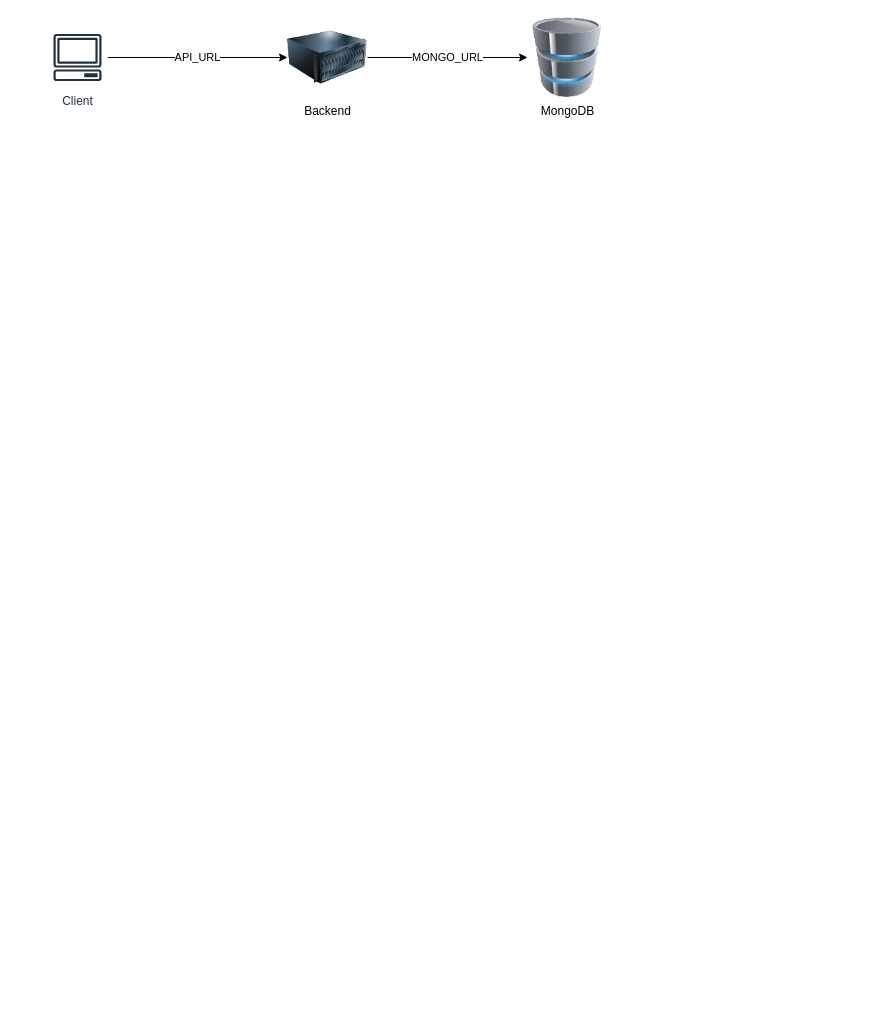
Above: Untitled Diagram.drawio in element364/draw.io (draw.io), before the change. Source tidied: cells renumbered, new cells numbered last; positions are measured from the earlier drawing's top-left corner, leaving out a move shared by most shapes. Both pictures are drawn from the tidied source at 100%, with x=0, y=0 at pixel (47, 17).
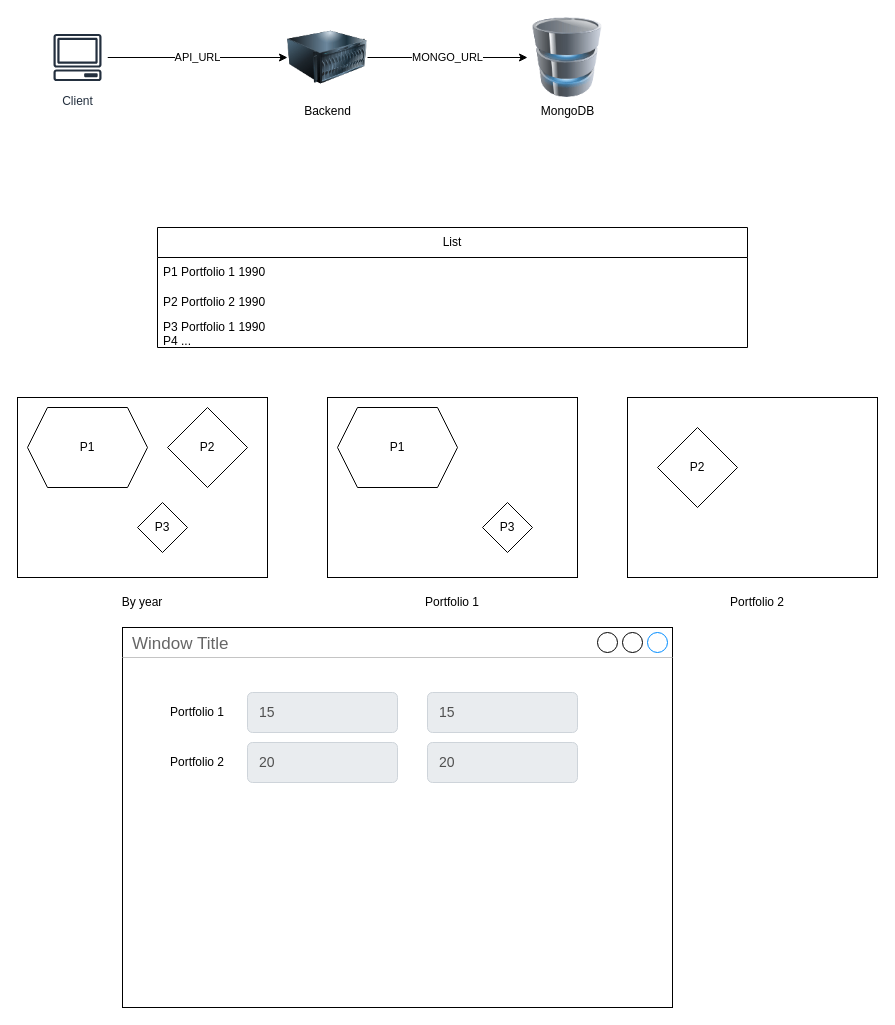
The same page after the edit.

What changed in the source:
```diff
@@
+    <mxCell id="7" value="Window Title" style="strokeWidth=1;shadow=0;dashed=0;align=center;html=1;shape=mxgraph.mockup.containers.window;align=left;verticalAlign=top;spacingLeft=8;strokeColor2=#008cff;strokeColor3=#c4c4c4;fontColor=#666666;mainText=;fontSize=17;labelBackgroundColor=none;whiteSpace=wrap;" parent="1" vertex="1">
+      <mxGeometry x="75" y="610" width="550" height="380" as="geometry" />
+    </mxCell>
+    <mxCell id="8" style="rounded=0;whiteSpace=wrap;html=1;" parent="1" vertex="1">
+      <mxGeometry x="-30" y="380" width="250" height="180" as="geometry" />
+    </mxCell>
@@
+    <mxCell id="9" value="List" style="swimlane;fontStyle=0;horizontal=1;startSize=30;whiteSpace=wrap;html=1;" parent="1" vertex="1">
+      <mxGeometry x="110" y="210" width="590" height="120" as="geometry" />
+    </mxCell>
+    <mxCell id="10" value="P1 Portfolio 1 1990" style="text;strokeColor=none;fillColor=none;align=left;verticalAlign=middle;spacingLeft=4;spacingRight=4;overflow=hidden;whiteSpace=wrap;html=1;" parent="9" vertex="1">
+      <mxGeometry y="30" width="590" height="30" as="geometry" />
+    </mxCell>
+    <mxCell id="11" value="P2 Portfolio 2 1990" style="text;strokeColor=none;fillColor=none;align=left;verticalAlign=middle;spacingLeft=4;spacingRight=4;overflow=hidden;whiteSpace=wrap;html=1;" parent="9" vertex="1">
+      <mxGeometry y="60" width="590" height="30" as="geometry" />
+    </mxCell>
+    <mxCell id="12" value="P3 Portfolio 1 1990&lt;br&gt;P4 ..." style="text;strokeColor=none;fillColor=none;align=left;verticalAlign=middle;spacingLeft=4;spacingRight=4;overflow=hidden;whiteSpace=wrap;html=1;" parent="9" vertex="1">
+      <mxGeometry y="90" width="590" height="30" as="geometry" />
+    </mxCell>
+    <mxCell id="13" value="P1" style="shape=hexagon;perimeter=hexagonPerimeter2;whiteSpace=wrap;html=1;fixedSize=1;" parent="1" vertex="1">
+      <mxGeometry x="-20" y="390" width="120" height="80" as="geometry" />
+    </mxCell>
+    <mxCell id="14" value="P2" style="rhombus;whiteSpace=wrap;html=1;" parent="1" vertex="1">
+      <mxGeometry x="120" y="390" width="80" height="80" as="geometry" />
+    </mxCell>
+    <mxCell id="15" value="P3" style="rhombus;whiteSpace=wrap;html=1;" parent="1" vertex="1">
+      <mxGeometry x="90" y="485" width="50" height="50" as="geometry" />
+    </mxCell>
+    <mxCell id="16" style="rounded=0;whiteSpace=wrap;html=1;" parent="1" vertex="1">
+      <mxGeometry x="280" y="380" width="250" height="180" as="geometry" />
+    </mxCell>
+    <mxCell id="17" value="P1" style="shape=hexagon;perimeter=hexagonPerimeter2;whiteSpace=wrap;html=1;fixedSize=1;" parent="1" vertex="1">
+      <mxGeometry x="290" y="390" width="120" height="80" as="geometry" />
+    </mxCell>
+    <mxCell id="18" style="rounded=0;whiteSpace=wrap;html=1;" parent="1" vertex="1">
+      <mxGeometry x="580" y="380" width="250" height="180" as="geometry" />
+    </mxCell>
+    <mxCell id="19" value="P2" style="rhombus;whiteSpace=wrap;html=1;" parent="1" vertex="1">
+      <mxGeometry x="610" y="410" width="80" height="80" as="geometry" />
+    </mxCell>
+    <mxCell id="20" value="By year" style="text;html=1;align=center;verticalAlign=middle;whiteSpace=wrap;rounded=0;" parent="1" vertex="1">
+      <mxGeometry x="65" y="570" width="60" height="30" as="geometry" />
+    </mxCell>
+    <mxCell id="21" value="Portfolio 1" style="text;html=1;align=center;verticalAlign=middle;whiteSpace=wrap;rounded=0;" parent="1" vertex="1">
+      <mxGeometry x="375" y="570" width="60" height="30" as="geometry" />
+    </mxCell>
+    <mxCell id="22" value="Portfolio 2" style="text;html=1;align=center;verticalAlign=middle;whiteSpace=wrap;rounded=0;" parent="1" vertex="1">
+      <mxGeometry x="680" y="570" width="60" height="30" as="geometry" />
+    </mxCell>
+    <mxCell id="23" value="P3" style="rhombus;whiteSpace=wrap;html=1;" parent="1" vertex="1">
+      <mxGeometry x="435" y="485" width="50" height="50" as="geometry" />
+    </mxCell>
+    <mxCell id="24" value="Portfolio 1" style="text;html=1;align=center;verticalAlign=middle;whiteSpace=wrap;rounded=0;" parent="1" vertex="1">
+      <mxGeometry x="120" y="680" width="60" height="30" as="geometry" />
+    </mxCell>
+    <mxCell id="25" value="Portfolio 2" style="text;html=1;align=center;verticalAlign=middle;whiteSpace=wrap;rounded=0;" parent="1" vertex="1">
+      <mxGeometry x="120" y="730" width="60" height="30" as="geometry" />
+    </mxCell>
+    <mxCell id="26" value="15" style="html=1;shadow=0;dashed=0;shape=mxgraph.bootstrap.rrect;rSize=5;strokeColor=#CED4DA;strokeWidth=1;fillColor=#E9ECEF;fontColor=#505050;whiteSpace=wrap;align=left;verticalAlign=middle;spacingLeft=10;fontSize=14;" parent="1" vertex="1">
+      <mxGeometry x="200" y="675" width="150" height="40" as="geometry" />
+    </mxCell>
+    <mxCell id="27" value="15" style="html=1;shadow=0;dashed=0;shape=mxgraph.bootstrap.rrect;rSize=5;strokeColor=#CED4DA;strokeWidth=1;fillColor=#E9ECEF;fontColor=#505050;whiteSpace=wrap;align=left;verticalAlign=middle;spacingLeft=10;fontSize=14;" parent="1" vertex="1">
+      <mxGeometry x="380" y="675" width="150" height="40" as="geometry" />
+    </mxCell>
+    <mxCell id="28" value="20" style="html=1;shadow=0;dashed=0;shape=mxgraph.bootstrap.rrect;rSize=5;strokeColor=#CED4DA;strokeWidth=1;fillColor=#E9ECEF;fontColor=#505050;whiteSpace=wrap;align=left;verticalAlign=middle;spacingLeft=10;fontSize=14;" parent="1" vertex="1">
+      <mxGeometry x="200" y="725" width="150" height="40" as="geometry" />
+    </mxCell>
+    <mxCell id="29" value="20" style="html=1;shadow=0;dashed=0;shape=mxgraph.bootstrap.rrect;rSize=5;strokeColor=#CED4DA;strokeWidth=1;fillColor=#E9ECEF;fontColor=#505050;whiteSpace=wrap;align=left;verticalAlign=middle;spacingLeft=10;fontSize=14;" parent="1" vertex="1">
+      <mxGeometry x="380" y="725" width="150" height="40" as="geometry" />
+    </mxCell>
```
